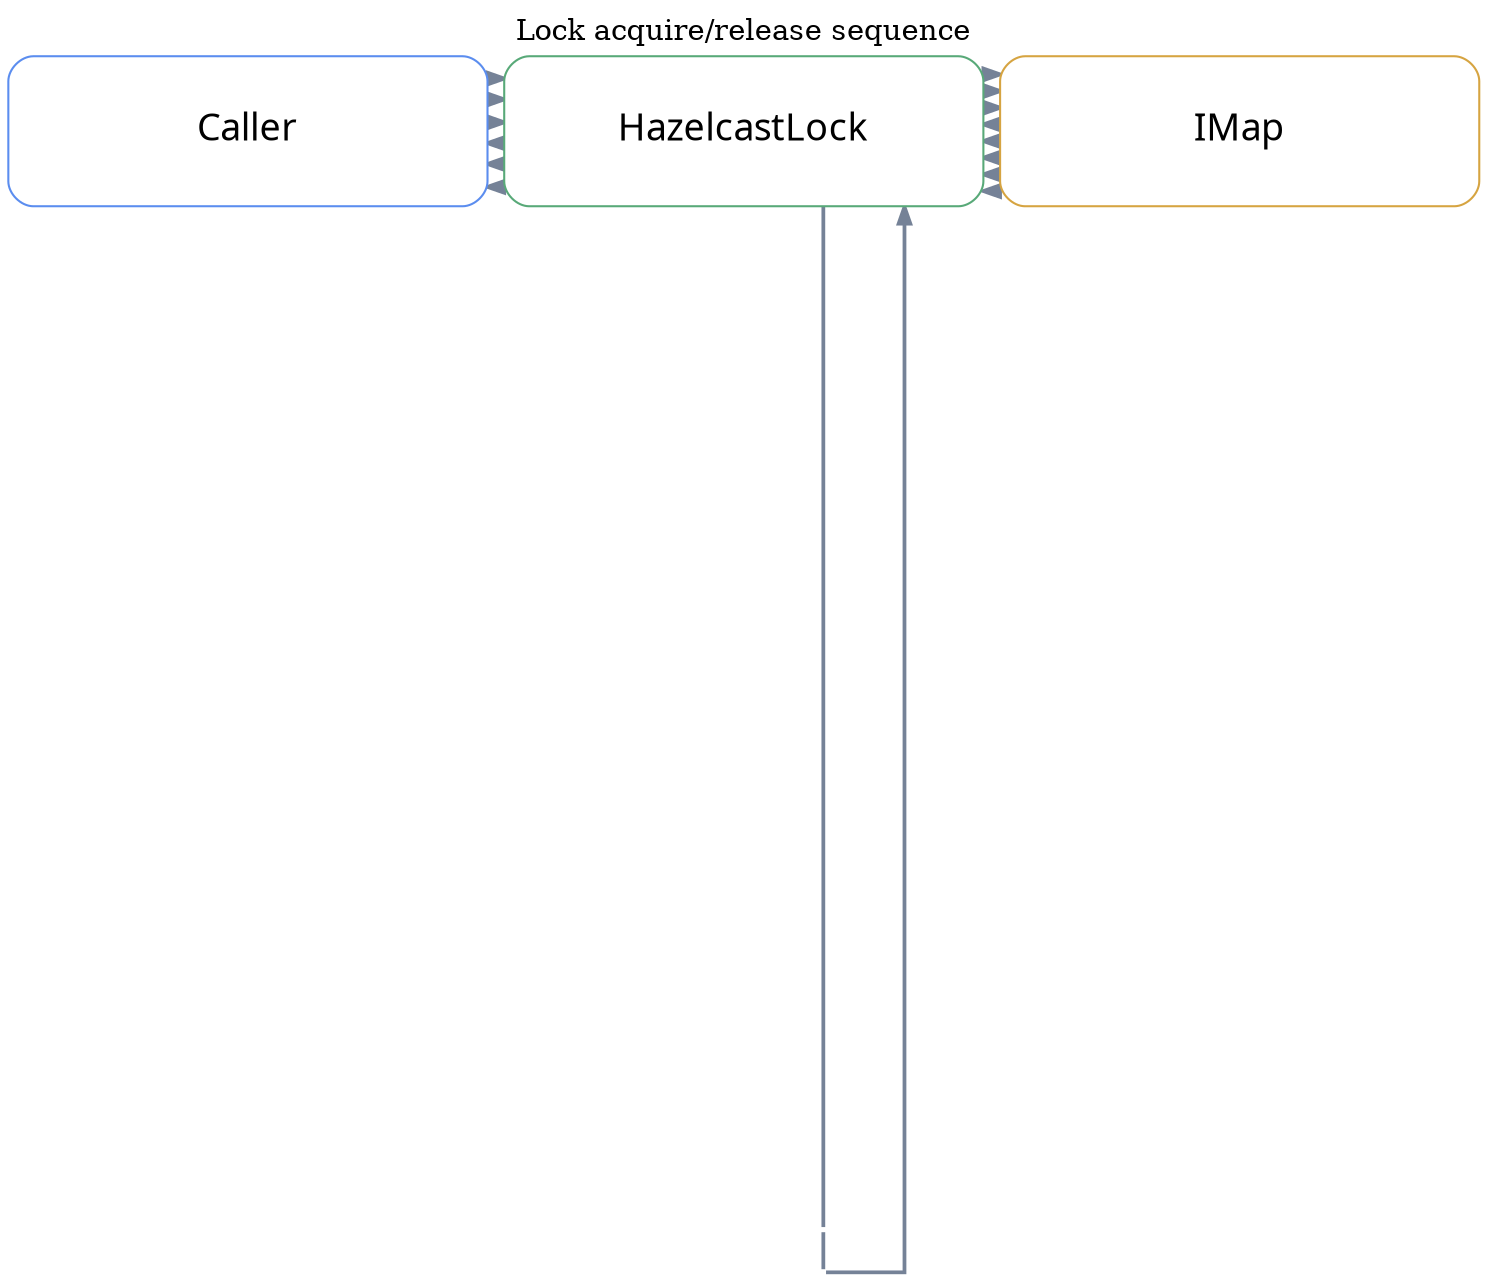
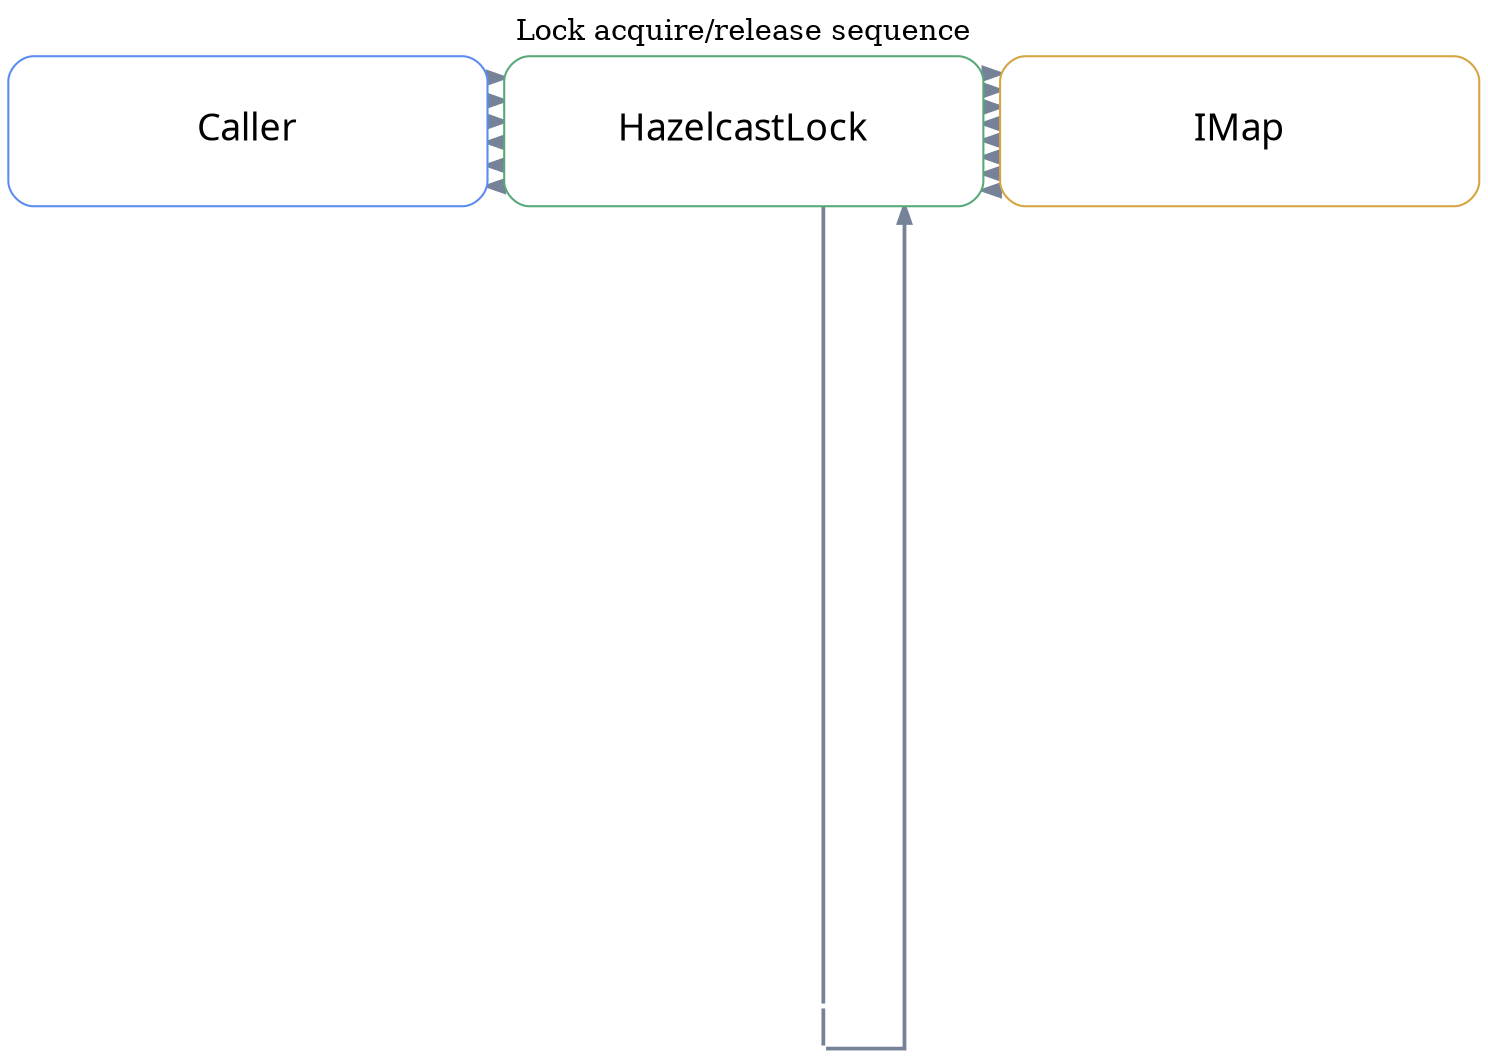
digraph "leader-hazelcast-sequence-02" {
  graph [layout=neato, rankdir=TB, splines=ortho, overlap=false, outputorder=edgesfirst, nodesep=0.55, ranksep=0.75, bgcolor="transparent", label="Lock acquire/release sequence", labelloc=t];
  node [shape=box, style="rounded,filled", fontname="Architects Daughter", fontsize=18, margin="0.16,0.10"];
  edge [color="#758297", penwidth=1.8, arrowsize=0.8, fontname="Comic Mono", fontsize=10];
  n0 [label="Caller", fillcolor="#ffffff", color="#5B8DEF", width=3.19, height=1.00, pos="195.00,498.00!"];
  n1 [label="HazelcastLock", fillcolor="#ffffff", color="#58A978", width=3.19, height=1.00, pos="594.00,498.00!"];
  n2 [label="IMap", fillcolor="#ffffff", color="#D6A441", width=3.19, height=1.00, pos="993.00,498.00!"];
  n0 -> n1 [];
  n1 -> n2 [];
  n2 -> n1 [style=dashed];
  n1 -> n0 [style=dashed];
  n2 -> n1 [style=dashed];
-   r6p1 [label="", shape=point, width=0.03, height=0.03, fixedsize=true, style=invis, pos="658.00,-386.00!"];
-   r6p2 [label="", shape=point, width=0.03, height=0.03, fixedsize=true, style=invis, pos="658.00,-420.00!"];
+   r6p1 [label="", shape=point, width=0.03, height=0.03, fixedsize=true, style=invis, pos="658.00,-206.00!"];
+   r6p2 [label="", shape=point, width=0.03, height=0.03, fixedsize=true, style=invis, pos="658.00,-240.00!"];
  n1 -> r6p1 [arrowhead=none];
  r6p1 -> r6p2 [arrowhead=none];
  r6p2 -> n1 [];
  n1 -> n0 [style=dashed];
  n0 -> n1 [];
  n1 -> n2 [];
  n2 -> n1 [style=dashed];
  n1 -> n0 [style=dashed];
  n0 -> n1 [];
  n1 -> n2 [];
  n2 -> n1 [style=dashed];
  n2 -> n1 [style=dashed];
}
